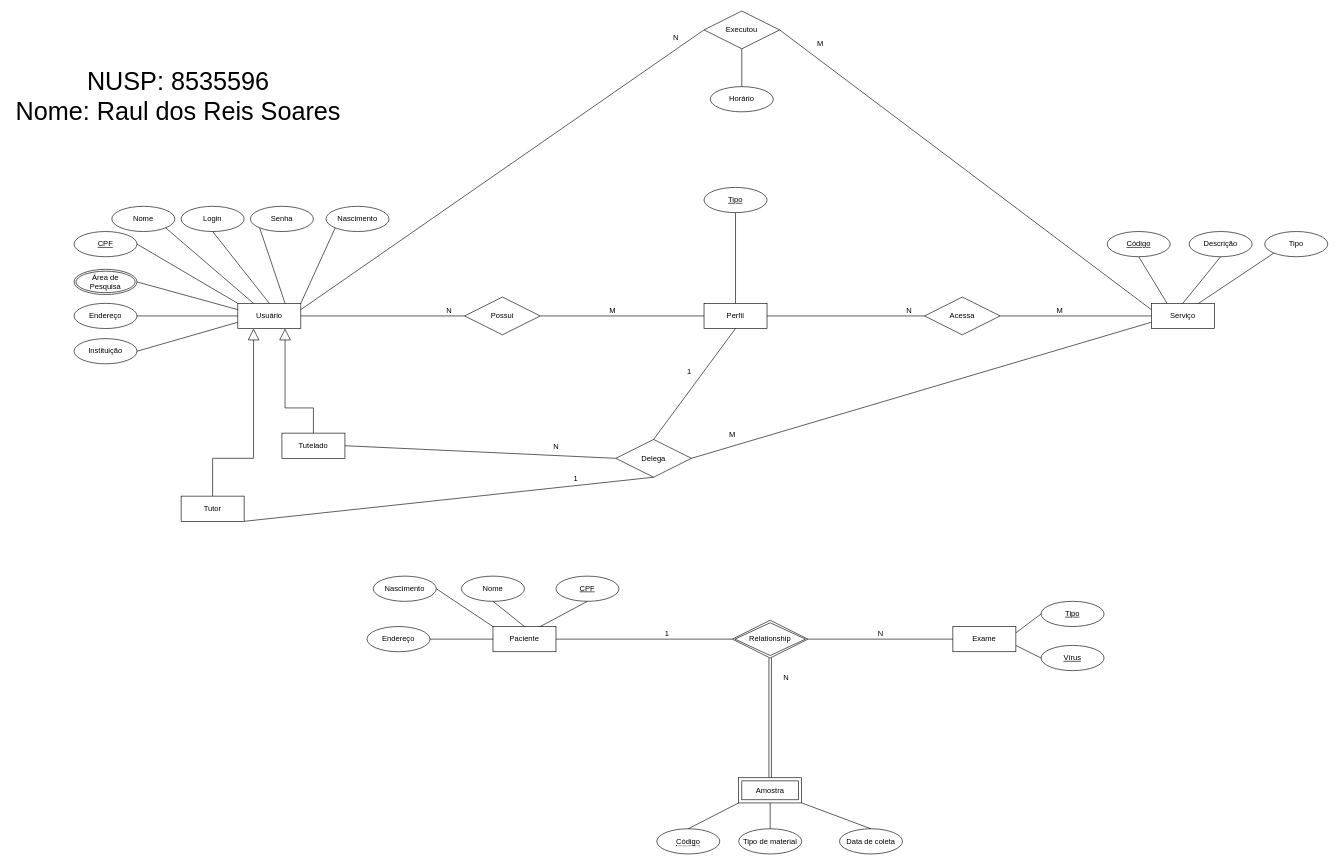
RaulReisS/EPMAC0350 keeps this draw.io diagram as Untitled Diagram.drawio. Above is the earlier version. Source tidied: cells renumbered, new cells numbered last; positions are measured from the earlier drawing's top-left corner, leaving out a move shared by most shapes. Both pictures are drawn from the tidied source at 63%, with x=0, y=0 at pixel (11, 11).
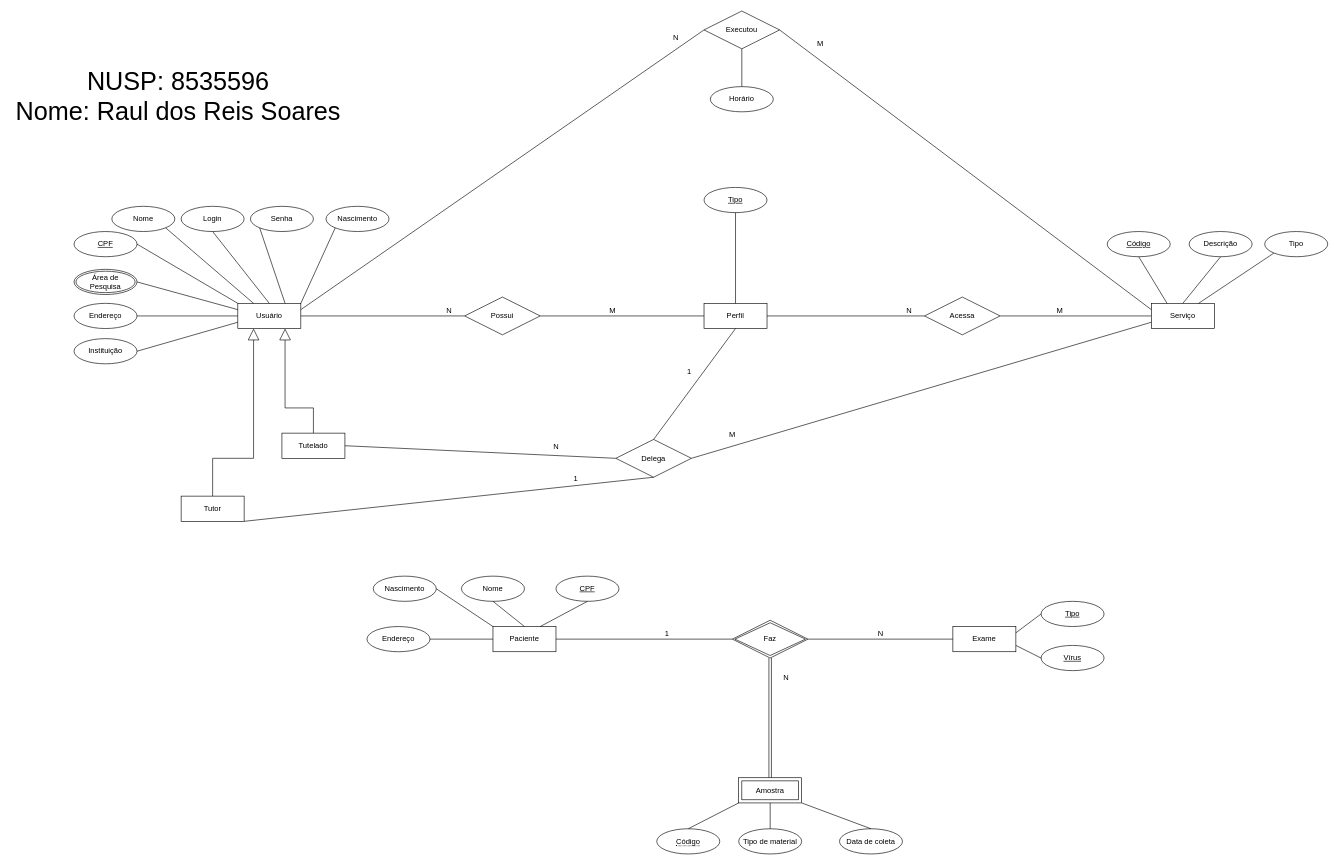
The same diagram, later.

Commit message:
Correção do nome da relação "RelationShip" para "Faz"

Change to the diagram source:
```diff
@@
-    <mxCell id="56" value="Relationship" style="shape=rhombus;double=1;perimeter=rhombusPerimeter;whiteSpace=wrap;html=1;align=center;" parent="1" vertex="1">
+    <mxCell id="56" value="Faz" style="shape=rhombus;double=1;perimeter=rhombusPerimeter;whiteSpace=wrap;html=1;align=center;" parent="1" vertex="1">
       <mxGeometry x="1145" y="967" width="120" height="60" as="geometry" />
     </mxCell>
```
